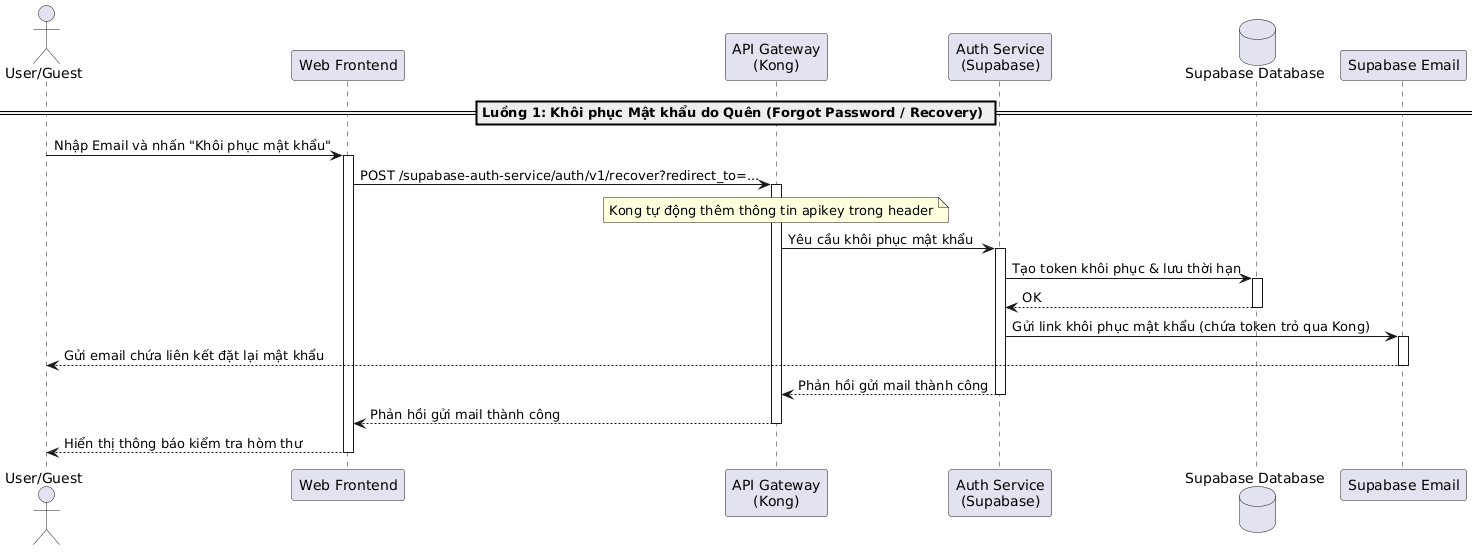
Above: latex/contents/Sequence/UML-Sequence-UserForgotPasswordRequest.png in 20206205Tech/docs-latex (PlantUML), before the change.
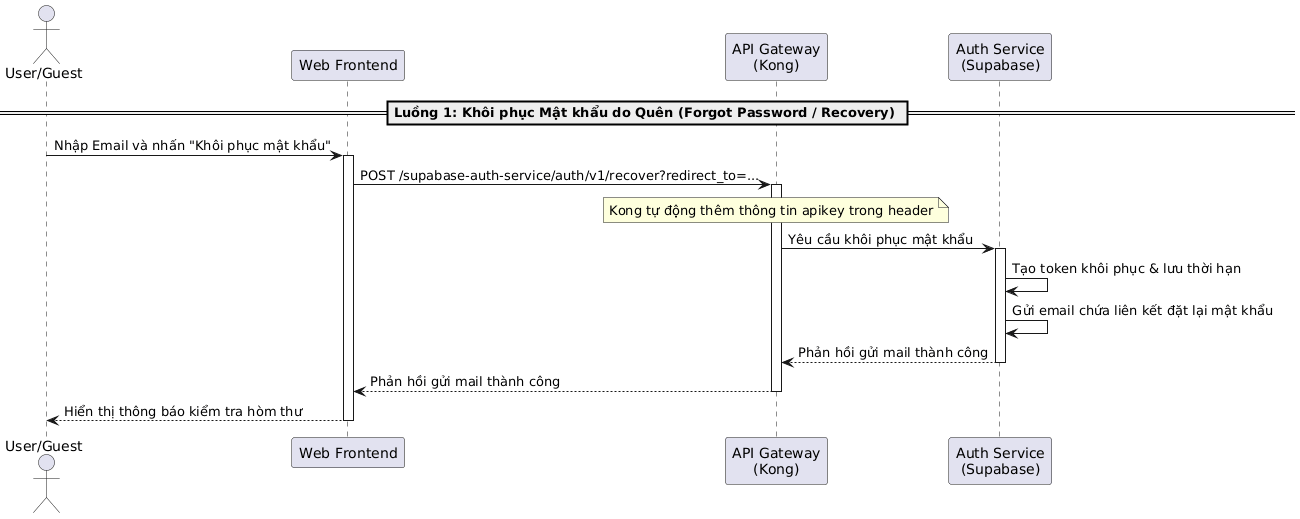
Later version of the same file.

The edit, as a diff of the source:
```diff
@@ -3,8 +3,6 @@
 participant "Web Frontend" as Frontend
 participant "API Gateway\n(Kong)" as Kong
 participant "Auth Service\n(Supabase)" as AuthService
-database "Supabase Database" as DB
-participant "Supabase Email" as Email
 
 == Luồng 1: Khôi phục Mật khẩu do Quên (Forgot Password / Recovery) ==
 User -> Frontend: Nhập Email và nhấn "Khôi phục mật khẩu"
@@ -13,20 +11,19 @@
 Frontend -> Kong: POST /supabase-auth-service/auth/v1/recover?redirect_to=...
 activate Kong
 note over Kong: Kong tự động thêm thông tin apikey trong header
+
 Kong -> AuthService: Yêu cầu khôi phục mật khẩu
 activate AuthService
-AuthService -> DB: Tạo token khôi phục & lưu thời hạn
-activate DB
-DB --> AuthService: OK
-deactivate DB
-AuthService -> Email: Gửi link khôi phục mật khẩu (chứa token trỏ qua Kong)
-activate Email
-Email --> User: Gửi email chứa liên kết đặt lại mật khẩu
-deactivate Email
+
+AuthService -> AuthService: Tạo token khôi phục & lưu thời hạn
+AuthService -> AuthService: Gửi email chứa liên kết đặt lại mật khẩu
+
 AuthService --> Kong: Phản hồi gửi mail thành công
 deactivate AuthService
+
 Kong --> Frontend: Phản hồi gửi mail thành công
 deactivate Kong
+
 Frontend --> User: Hiển thị thông báo kiểm tra hòm thư
 deactivate Frontend
 @enduml
```
